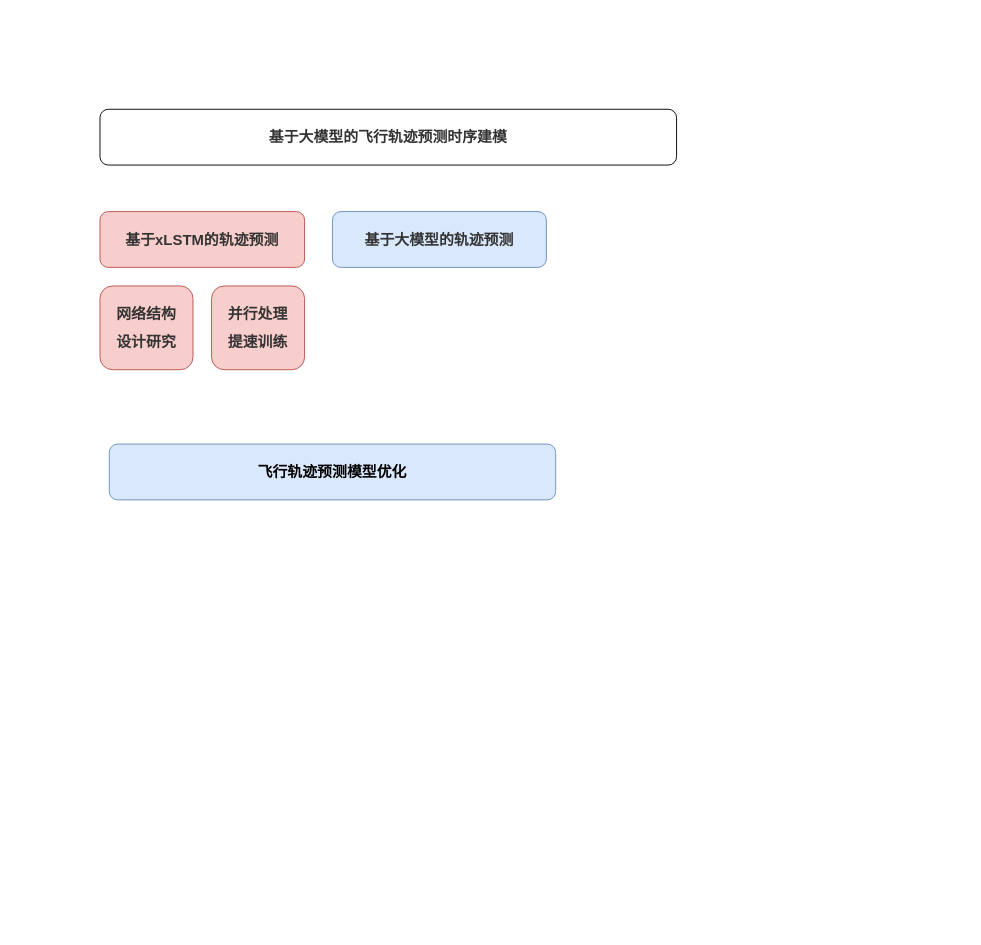
Above: 未命名绘图.drawio in MMMayongtian/myDraw (draw.io), before the change. Source tidied: cells renumbered, new cells numbered last; positions are measured from the earlier drawing's top-left corner, leaving out a move shared by most shapes. Both pictures are drawn from the tidied source at 93%, with x=0, y=0 at pixel (100, 109).
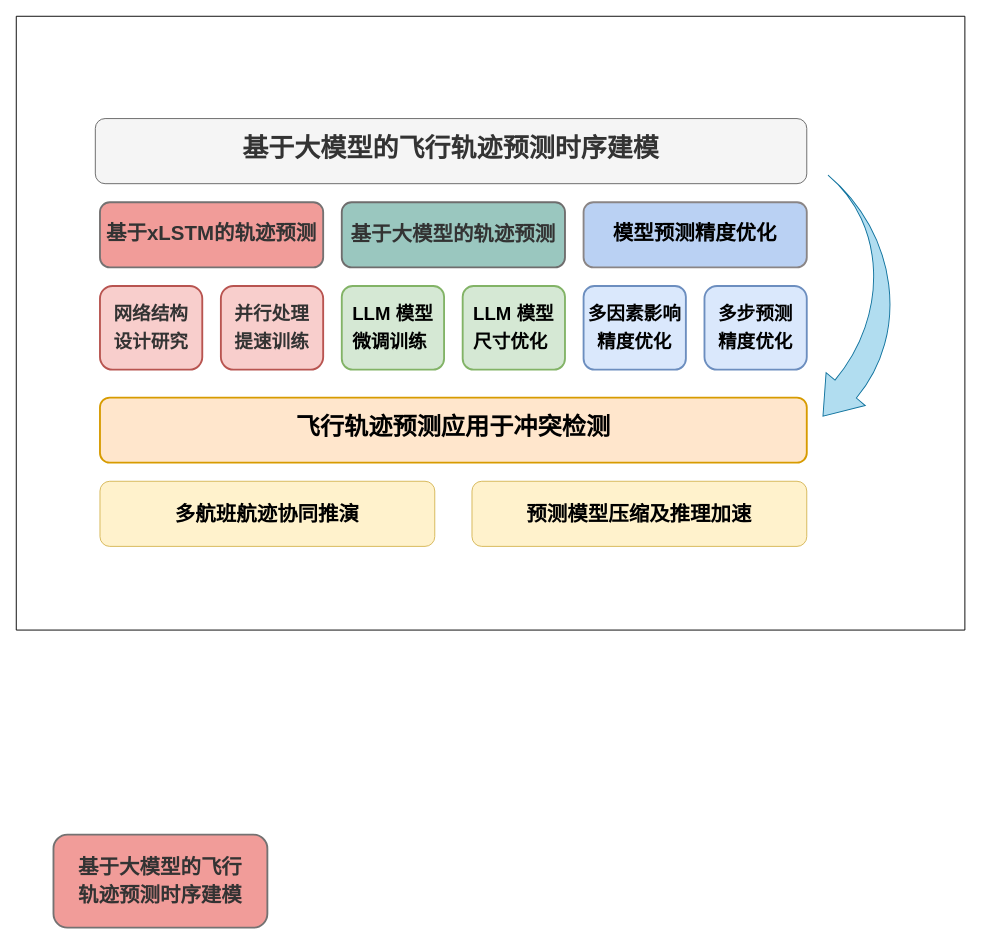
Above is the later version.

Commit message (it also covers changes not shown here):
更新未命名绘图.drawio

Diff of the diagram source:
```diff
@@
 <mxGraphModel>
   <root>
     <mxCell id="0" />
     <mxCell id="1" parent="0" />
+    <mxCell id="8" style="verticalLabelPosition=bottom;verticalAlign=top;html=1;shape=mxgraph.basic.rect;fillColor2=none;strokeWidth=1;size=20;indent=5;" parent="1" vertex="1">
+      <mxGeometry x="-90" y="-100" width="1020" height="660" as="geometry" />
+    </mxCell>
-    <mxCell id="2" value="&lt;div style=&quot;font-size: medium; text-align: start;&quot;&gt;&lt;/div&gt;&lt;div style=&quot;font-size: medium; text-align: start;&quot; class=&quot;document&quot;&gt;&lt;div class=&quot;section&quot;&gt;&lt;p style=&quot;margin: 0pt; text-align: justify; font-family: 等线; font-size: 12pt; line-height: 22pt;&quot; class=&quot;paragraph text-align-type-justify&quot;&gt;&lt;span style=&quot;font-size: 12pt; font-family: 宋体; font-weight: bold; color: rgb(51, 51, 51); letter-spacing: 0pt; vertical-align: baseline;&quot;&gt;基于大模型的飞行轨迹预测时序建模&lt;/span&gt;&lt;/p&gt;&lt;/div&gt;&lt;/div&gt;" style="rounded=1;whiteSpace=wrap;html=1;" parent="1" vertex="1">
-      <mxGeometry width="620" height="60" as="geometry" />
+    <mxCell id="2" value="&lt;div style=&quot;font-size: medium; text-align: start;&quot;&gt;&lt;/div&gt;&lt;div style=&quot;text-align: start;&quot; class=&quot;document&quot;&gt;&lt;div style=&quot;&quot; class=&quot;section&quot;&gt;&lt;p style=&quot;margin: 0pt; text-align: justify; font-family: 等线; line-height: 22pt;&quot; class=&quot;paragraph text-align-type-justify&quot;&gt;&lt;span style=&quot;font-family: 宋体; font-weight: bold; color: rgb(51, 51, 51); letter-spacing: 0pt; vertical-align: baseline;&quot;&gt;&lt;font style=&quot;font-size: 28px;&quot;&gt;基于大模型的飞行轨迹预测时序建模&lt;/font&gt;&lt;/span&gt;&lt;/p&gt;&lt;/div&gt;&lt;/div&gt;" style="rounded=1;whiteSpace=wrap;html=1;fillColor=#f5f5f5;fontColor=#333333;strokeColor=#666666;" parent="1" vertex="1">
+      <mxGeometry x="-5" y="10" width="765" height="70" as="geometry" />
     </mxCell>
-    <mxCell id="3" value="&lt;div style=&quot;font-size: medium; text-align: start;&quot;&gt;&lt;/div&gt;&lt;div style=&quot;font-size: medium; text-align: start;&quot; class=&quot;document&quot;&gt;&lt;div class=&quot;section&quot;&gt;&lt;p style=&quot;margin: 0pt; text-align: justify; font-family: 等线; font-size: 12pt; line-height: 22pt;&quot; class=&quot;paragraph text-align-type-justify&quot;&gt;&lt;span style=&quot;font-size: 12pt; font-family: 宋体; font-weight: bold; color: rgb(51, 51, 51); background-image: initial; background-position: initial; background-size: initial; background-repeat: initial; background-attachment: initial; background-origin: initial; background-clip: initial; letter-spacing: 0pt; vertical-align: baseline;&quot;&gt;基于xLSTM的轨迹预测&lt;/span&gt;&lt;/p&gt;&lt;/div&gt;&lt;/div&gt;" style="rounded=1;whiteSpace=wrap;html=1;fillColor=#f8cecc;strokeColor=#b85450;" parent="1" vertex="1">
-      <mxGeometry y="110" width="220" height="60" as="geometry" />
+    <mxCell id="3" value="&lt;div style=&quot;font-size: medium; text-align: start;&quot;&gt;&lt;/div&gt;&lt;div style=&quot;text-align: start;&quot; class=&quot;document&quot;&gt;&lt;div style=&quot;&quot; class=&quot;section&quot;&gt;&lt;p style=&quot;margin: 0pt; text-align: justify; font-family: 等线; line-height: 22pt;&quot; class=&quot;paragraph text-align-type-justify&quot;&gt;&lt;span style=&quot;font-family: 宋体; font-weight: bold; color: rgb(51, 51, 51); background-image: initial; background-position: initial; background-size: initial; background-repeat: initial; background-attachment: initial; background-origin: initial; background-clip: initial; letter-spacing: 0pt; vertical-align: baseline;&quot;&gt;&lt;font style=&quot;font-size: 22px;&quot;&gt;基于xLSTM的轨迹预测&lt;/font&gt;&lt;/span&gt;&lt;/p&gt;&lt;/div&gt;&lt;/div&gt;" style="rounded=1;whiteSpace=wrap;html=1;fillColor=#f19c99;strokeColor=#747272;strokeWidth=2;" parent="1" vertex="1">
+      <mxGeometry y="100" width="240" height="70" as="geometry" />
     </mxCell>
-    <mxCell id="4" value="&lt;span style=&quot;color: rgb(51, 51, 51); font-family: 宋体; font-size: 16px; font-weight: 700; text-align: justify;&quot;&gt;基于大模型的轨迹预测&lt;/span&gt;" style="rounded=1;whiteSpace=wrap;html=1;fillColor=#dae8fc;strokeColor=#6c8ebf;" parent="1" vertex="1">
-      <mxGeometry x="250" y="110" width="230" height="60" as="geometry" />
+    <mxCell id="4" value="&lt;span style=&quot;color: rgb(51, 51, 51); font-family: 宋体; font-weight: 700; text-align: justify;&quot;&gt;&lt;font style=&quot;font-size: 22px;&quot;&gt;基于大模型的轨迹预测&lt;/font&gt;&lt;/span&gt;" style="rounded=1;whiteSpace=wrap;html=1;fillColor=#9ac7bf;strokeColor=#6f6d6d;strokeWidth=2;" parent="1" vertex="1">
+      <mxGeometry x="260" y="100" width="240" height="70" as="geometry" />
     </mxCell>
-    <mxCell id="5" value="&lt;div style=&quot;font-size: medium; text-align: start;&quot;&gt;&lt;/div&gt;&lt;div style=&quot;font-size: medium; text-align: start;&quot; class=&quot;document&quot;&gt;&lt;div class=&quot;section&quot;&gt;&lt;p style=&quot;margin: 0pt; text-align: justify; font-family: 等线; font-size: 12pt; line-height: 22pt;&quot; class=&quot;paragraph text-align-type-justify&quot;&gt;&lt;span style=&quot;font-size: 12pt; font-family: 宋体; font-weight: bold; letter-spacing: 0pt; vertical-align: baseline;&quot;&gt;飞行轨迹预测模型优化&lt;/span&gt;&lt;/p&gt;&lt;/div&gt;&lt;/div&gt;" style="rounded=1;whiteSpace=wrap;html=1;fillColor=#dae8fc;strokeColor=#6c8ebf;" parent="1" vertex="1">
-      <mxGeometry x="10" y="360" width="480" height="60" as="geometry" />
+    <mxCell id="5" value="&lt;div style=&quot;font-size: medium; text-align: start;&quot;&gt;&lt;/div&gt;&lt;div style=&quot;text-align: start;&quot; class=&quot;document&quot;&gt;&lt;div style=&quot;&quot; class=&quot;section&quot;&gt;&lt;p style=&quot;margin: 0pt; text-align: justify; line-height: 22pt;&quot; class=&quot;paragraph text-align-type-justify&quot;&gt;&lt;font size=&quot;1&quot; style=&quot;&quot; face=&quot;宋体&quot;&gt;&lt;b style=&quot;font-size: 22px;&quot;&gt;模型预测精度优化&lt;/b&gt;&lt;/font&gt;&lt;/p&gt;&lt;/div&gt;&lt;/div&gt;" style="rounded=1;whiteSpace=wrap;html=1;fillColor=#bad1f3;strokeColor=#8a8585;strokeWidth=2;" parent="1" vertex="1">
+      <mxGeometry x="520" y="100" width="240" height="70" as="geometry" />
     </mxCell>
-    <mxCell id="6" value="&lt;div style=&quot;font-size: medium; text-align: start;&quot;&gt;&lt;/div&gt;&lt;div style=&quot;font-size: medium; text-align: start;&quot; class=&quot;document&quot;&gt;&lt;div class=&quot;section&quot;&gt;&lt;p style=&quot;margin: 0pt; text-align: justify; font-size: 12pt; line-height: 22pt;&quot; class=&quot;paragraph text-align-type-justify&quot;&gt;&lt;font face=&quot;宋体&quot; color=&quot;#333333&quot;&gt;&lt;b&gt;网络结构&lt;/b&gt;&lt;/font&gt;&lt;/p&gt;&lt;p style=&quot;margin: 0pt; text-align: justify; font-size: 12pt; line-height: 22pt;&quot; class=&quot;paragraph text-align-type-justify&quot;&gt;&lt;font face=&quot;宋体&quot; color=&quot;#333333&quot;&gt;&lt;b&gt;设计研究&lt;/b&gt;&lt;/font&gt;&lt;/p&gt;&lt;/div&gt;&lt;/div&gt;" style="rounded=1;whiteSpace=wrap;html=1;fillColor=#f8cecc;strokeColor=#b85450;" parent="1" vertex="1">
-      <mxGeometry y="190" width="100" height="90" as="geometry" />
+    <mxCell id="6" value="&lt;div style=&quot;font-size: medium; text-align: start;&quot;&gt;&lt;/div&gt;&lt;div style=&quot;font-size: 20px; text-align: start;&quot; class=&quot;document&quot;&gt;&lt;div class=&quot;section&quot;&gt;&lt;p style=&quot;margin: 0pt; text-align: justify; line-height: 22pt;&quot; class=&quot;paragraph text-align-type-justify&quot;&gt;&lt;font style=&quot;font-size: 20px;&quot; face=&quot;宋体&quot; color=&quot;#333333&quot;&gt;&lt;b&gt;网络结构&lt;/b&gt;&lt;/font&gt;&lt;/p&gt;&lt;p style=&quot;margin: 0pt; text-align: justify; line-height: 22pt;&quot; class=&quot;paragraph text-align-type-justify&quot;&gt;&lt;font style=&quot;font-size: 20px;&quot; face=&quot;宋体&quot; color=&quot;#333333&quot;&gt;&lt;b&gt;设计研究&lt;/b&gt;&lt;/font&gt;&lt;/p&gt;&lt;/div&gt;&lt;/div&gt;" style="rounded=1;whiteSpace=wrap;html=1;fillColor=#f8cecc;strokeColor=#b85450;strokeWidth=2;" parent="1" vertex="1">
+      <mxGeometry y="190" width="110" height="90" as="geometry" />
     </mxCell>
-    <mxCell id="7" value="&lt;div style=&quot;font-size: medium; text-align: start;&quot;&gt;&lt;/div&gt;&lt;div style=&quot;font-size: medium; text-align: start;&quot; class=&quot;document&quot;&gt;&lt;div class=&quot;section&quot;&gt;&lt;p style=&quot;margin: 0pt; text-align: justify; font-size: 12pt; line-height: 22pt;&quot; class=&quot;paragraph text-align-type-justify&quot;&gt;&lt;font face=&quot;宋体&quot; color=&quot;#333333&quot;&gt;&lt;b&gt;并行处理&lt;/b&gt;&lt;/font&gt;&lt;/p&gt;&lt;p style=&quot;margin: 0pt; text-align: justify; font-size: 12pt; line-height: 22pt;&quot; class=&quot;paragraph text-align-type-justify&quot;&gt;&lt;font face=&quot;宋体&quot; color=&quot;#333333&quot;&gt;&lt;b&gt;提速训练&lt;/b&gt;&lt;/font&gt;&lt;/p&gt;&lt;/div&gt;&lt;/div&gt;" style="rounded=1;whiteSpace=wrap;html=1;fillColor=#f8cecc;strokeColor=#b85450;" parent="1" vertex="1">
-      <mxGeometry x="120" y="190" width="100" height="90" as="geometry" />
+    <mxCell id="7" value="&lt;div style=&quot;font-size: medium; text-align: start;&quot;&gt;&lt;/div&gt;&lt;div style=&quot;font-size: 20px; text-align: start;&quot; class=&quot;document&quot;&gt;&lt;div class=&quot;section&quot;&gt;&lt;p style=&quot;margin: 0pt; text-align: justify; line-height: 22pt;&quot; class=&quot;paragraph text-align-type-justify&quot;&gt;&lt;font style=&quot;font-size: 20px;&quot; face=&quot;宋体&quot; color=&quot;#333333&quot;&gt;&lt;b&gt;并行处理&lt;/b&gt;&lt;/font&gt;&lt;/p&gt;&lt;p style=&quot;margin: 0pt; text-align: justify; line-height: 22pt;&quot; class=&quot;paragraph text-align-type-justify&quot;&gt;&lt;font style=&quot;font-size: 20px;&quot; face=&quot;宋体&quot; color=&quot;#333333&quot;&gt;&lt;b&gt;提速训练&lt;/b&gt;&lt;/font&gt;&lt;/p&gt;&lt;/div&gt;&lt;/div&gt;" style="rounded=1;whiteSpace=wrap;html=1;fillColor=#f8cecc;strokeColor=#b85450;strokeWidth=2;" parent="1" vertex="1">
+      <mxGeometry x="130" y="190" width="110" height="90" as="geometry" />
     </mxCell>
+    <mxCell id="9" style="html=1;shadow=0;dashed=0;align=center;verticalAlign=middle;shape=mxgraph.arrows2.jumpInArrow;dy=15;dx=38;arrowHead=55;rotation=130;fillColor=#b1ddf0;strokeColor=#10739e;" parent="1" vertex="1">
+      <mxGeometry x="689.6" y="114.2" width="202.1" height="190" as="geometry" />
+    </mxCell>
+    <mxCell id="10" value="&lt;div style=&quot;font-size: medium; text-align: start;&quot;&gt;&lt;/div&gt;&lt;div style=&quot;font-size: 20px;&quot; class=&quot;document&quot;&gt;&lt;div class=&quot;section&quot;&gt;&lt;p style=&quot;margin: 0pt; font-family: 等线; line-height: 22pt;&quot; class=&quot;paragraph text-align-type-justify&quot;&gt;&lt;span style=&quot;font-family: 宋体; font-weight: bold; letter-spacing: 0pt; vertical-align: baseline;&quot;&gt;多因素影响&lt;/span&gt;&lt;/p&gt;&lt;p style=&quot;margin: 0pt; font-family: 等线; line-height: 22pt;&quot; class=&quot;paragraph text-align-type-justify&quot;&gt;&lt;span style=&quot;font-family: 宋体; font-weight: bold; letter-spacing: 0pt; vertical-align: baseline;&quot;&gt;精度优化&lt;/span&gt;&lt;/p&gt;&lt;/div&gt;&lt;/div&gt;" style="rounded=1;whiteSpace=wrap;html=1;fillColor=#dae8fc;strokeColor=#6c8ebf;arcSize=13;strokeWidth=2;" parent="1" vertex="1">
+      <mxGeometry x="520" y="190" width="110" height="90" as="geometry" />
+    </mxCell>
+    <mxCell id="11" value="&lt;div style=&quot;font-size: medium; text-align: start;&quot;&gt;&lt;/div&gt;&lt;div style=&quot;font-size: 20px; text-align: start;&quot; class=&quot;document&quot;&gt;&lt;div class=&quot;section&quot;&gt;&lt;p style=&quot;margin: 0pt; text-align: justify; font-family: 等线; line-height: 22pt;&quot; class=&quot;paragraph text-align-type-justify&quot;&gt;&lt;span style=&quot;font-family: 宋体; font-weight: bold; letter-spacing: 0pt; vertical-align: baseline;&quot;&gt;多步预测&lt;/span&gt;&lt;/p&gt;&lt;p style=&quot;margin: 0pt; text-align: justify; font-family: 等线; line-height: 22pt;&quot; class=&quot;paragraph text-align-type-justify&quot;&gt;&lt;span style=&quot;font-family: 宋体; font-weight: bold; letter-spacing: 0pt; vertical-align: baseline;&quot;&gt;精度优化&lt;/span&gt;&lt;/p&gt;&lt;/div&gt;&lt;/div&gt;" style="rounded=1;whiteSpace=wrap;html=1;fillColor=#dae8fc;strokeColor=#6c8ebf;strokeWidth=2;" parent="1" vertex="1">
+      <mxGeometry x="650" y="190" width="110" height="90" as="geometry" />
+    </mxCell>
+    <mxCell id="12" value="&lt;div style=&quot;font-size: medium; text-align: start;&quot;&gt;&lt;/div&gt;&lt;div style=&quot;text-align: start;&quot; class=&quot;document&quot;&gt;&lt;div style=&quot;&quot; class=&quot;section&quot;&gt;&lt;p style=&quot;margin: 0pt; text-align: justify; font-family: 等线; line-height: 22pt;&quot; class=&quot;paragraph text-align-type-justify&quot;&gt;&lt;span style=&quot;font-family: 宋体; font-weight: bold; letter-spacing: 0pt; vertical-align: baseline;&quot;&gt;&lt;font style=&quot;font-size: 26px;&quot;&gt;飞行轨迹预测应用于冲突检测&lt;/font&gt;&lt;/span&gt;&lt;/p&gt;&lt;/div&gt;&lt;/div&gt;" style="rounded=1;whiteSpace=wrap;html=1;fillColor=#ffe6cc;strokeColor=#d79b00;strokeWidth=2;" parent="1" vertex="1">
+      <mxGeometry y="310" width="760" height="70" as="geometry" />
+    </mxCell>
+    <mxCell id="13" value="&lt;div style=&quot;font-size: medium; text-align: start;&quot;&gt;&lt;/div&gt;&lt;div style=&quot;font-size: 20px; text-align: start;&quot; class=&quot;document&quot;&gt;&lt;div class=&quot;section&quot;&gt;&lt;p style=&quot;margin: 0pt; text-align: justify; line-height: 22pt;&quot; class=&quot;paragraph text-align-type-justify&quot;&gt;&lt;font style=&quot;font-size: 20px;&quot; face=&quot;宋体&quot;&gt;&lt;b&gt;LLM 模型&lt;/b&gt;&lt;/font&gt;&lt;/p&gt;&lt;p style=&quot;margin: 0pt; text-align: justify; line-height: 22pt;&quot; class=&quot;paragraph text-align-type-justify&quot;&gt;&lt;font style=&quot;font-size: 20px;&quot; face=&quot;宋体&quot;&gt;&lt;b&gt;微调训练&lt;/b&gt;&lt;/font&gt;&lt;/p&gt;&lt;/div&gt;&lt;/div&gt;" style="rounded=1;whiteSpace=wrap;html=1;fillColor=#d5e8d4;strokeColor=#82b366;arcSize=13;strokeWidth=2;" parent="1" vertex="1">
+      <mxGeometry x="260" y="190" width="110" height="90" as="geometry" />
+    </mxCell>
+    <mxCell id="14" value="&lt;div style=&quot;font-size: medium; text-align: start;&quot;&gt;&lt;/div&gt;&lt;div style=&quot;font-size: 20px; text-align: start;&quot; class=&quot;document&quot;&gt;&lt;div class=&quot;section&quot;&gt;&lt;p style=&quot;margin: 0pt; text-align: justify; line-height: 22pt;&quot; class=&quot;paragraph text-align-type-justify&quot;&gt;&lt;font face=&quot;宋体&quot;&gt;&lt;b&gt;LLM 模型&lt;/b&gt;&lt;/font&gt;&lt;/p&gt;&lt;p style=&quot;margin: 0pt; text-align: justify; line-height: 22pt;&quot; class=&quot;paragraph text-align-type-justify&quot;&gt;&lt;font face=&quot;宋体&quot;&gt;&lt;b&gt;尺寸优化&lt;/b&gt;&lt;/font&gt;&lt;/p&gt;&lt;/div&gt;&lt;/div&gt;" style="rounded=1;whiteSpace=wrap;html=1;fillColor=#d5e8d4;strokeColor=#82b366;arcSize=13;strokeWidth=2;" parent="1" vertex="1">
+      <mxGeometry x="390" y="190" width="110" height="90" as="geometry" />
+    </mxCell>
+    <mxCell id="15" value="&lt;div style=&quot;font-size: medium; text-align: start;&quot;&gt;&lt;/div&gt;&lt;div style=&quot;text-align: start;&quot; class=&quot;document&quot;&gt;&lt;div style=&quot;font-size: 22px;&quot; class=&quot;section&quot;&gt;&lt;p style=&quot;margin: 0pt; text-align: justify; font-family: 等线; line-height: 22pt;&quot; class=&quot;paragraph text-align-type-justify&quot;&gt;&lt;span style=&quot;font-family: 宋体; font-weight: bold; letter-spacing: 0pt; vertical-align: baseline;&quot;&gt;&lt;font style=&quot;font-size: 22px;&quot;&gt;多航班航迹&lt;/font&gt;&lt;/span&gt;&lt;span style=&quot;background-color: initial; font-family: 宋体; font-weight: bold; letter-spacing: 0pt;&quot;&gt;协同推演&lt;/span&gt;&lt;/p&gt;&lt;/div&gt;&lt;/div&gt;" style="rounded=1;whiteSpace=wrap;html=1;fillColor=#fff2cc;strokeColor=#d6b656;" parent="1" vertex="1">
+      <mxGeometry y="400" width="360" height="70" as="geometry" />
+    </mxCell>
+    <mxCell id="16" value="&lt;div style=&quot;font-size: medium; text-align: start;&quot;&gt;&lt;/div&gt;&lt;div style=&quot;text-align: start;&quot; class=&quot;document&quot;&gt;&lt;div style=&quot;font-size: 22px;&quot; class=&quot;section&quot;&gt;&lt;p style=&quot;margin: 0pt; text-align: justify; line-height: 22pt;&quot; class=&quot;paragraph text-align-type-justify&quot;&gt;&lt;font style=&quot;font-size: 22px;&quot; face=&quot;宋体&quot;&gt;&lt;span style=&quot;&quot;&gt;&lt;b&gt;预测模型压缩&lt;/b&gt;&lt;/span&gt;&lt;/font&gt;&lt;b style=&quot;font-family: 宋体; background-color: initial;&quot;&gt;及推理加速&lt;/b&gt;&lt;/p&gt;&lt;/div&gt;&lt;/div&gt;" style="rounded=1;whiteSpace=wrap;html=1;fillColor=#fff2cc;strokeColor=#d6b656;" parent="1" vertex="1">
+      <mxGeometry x="400" y="400" width="360" height="70" as="geometry" />
+    </mxCell>
+    <mxCell id="17" value="&lt;div style=&quot;font-size: medium; text-align: start;&quot;&gt;&lt;/div&gt;&lt;div style=&quot;text-align: start; font-size: 22px;&quot; class=&quot;document&quot;&gt;&lt;div style=&quot;&quot; class=&quot;section&quot;&gt;&lt;p style=&quot;margin: 0pt; text-align: justify; font-family: 等线; line-height: 22pt;&quot; class=&quot;paragraph text-align-type-justify&quot;&gt;&lt;span style=&quot;color: rgb(51, 51, 51); font-family: 宋体; font-weight: 700;&quot;&gt;&lt;font style=&quot;font-size: 22px;&quot;&gt;基于大模型的&lt;/font&gt;&lt;/span&gt;&lt;span style=&quot;color: rgb(51, 51, 51); font-family: 宋体; font-weight: 700; background-color: initial;&quot;&gt;飞行&lt;/span&gt;&lt;/p&gt;&lt;p style=&quot;margin: 0pt; text-align: justify; font-family: 等线; line-height: 22pt;&quot; class=&quot;paragraph text-align-type-justify&quot;&gt;&lt;span style=&quot;color: rgb(51, 51, 51); font-family: 宋体; font-weight: 700; background-color: initial;&quot;&gt;轨迹预测时序建模&lt;/span&gt;&lt;/p&gt;&lt;/div&gt;&lt;/div&gt;" style="rounded=1;whiteSpace=wrap;html=1;fillColor=#f19c99;strokeColor=#747272;strokeWidth=2;" parent="1" vertex="1">
+      <mxGeometry x="-50" y="780" width="230" height="100" as="geometry" />
+    </mxCell>
   </root>
 </mxGraphModel>
```
